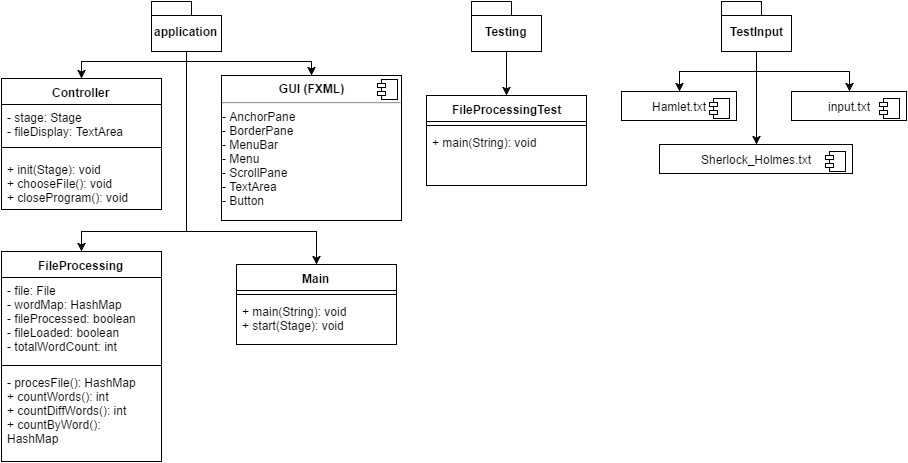
Earlier version of the draw.io export ProjectOneSDD.png (blaskowski94/WordCountGUI). Source tidied: cells renumbered, new cells last; positions are measured from the earlier drawing's top-left corner, leaving out a move shared by most shapes.
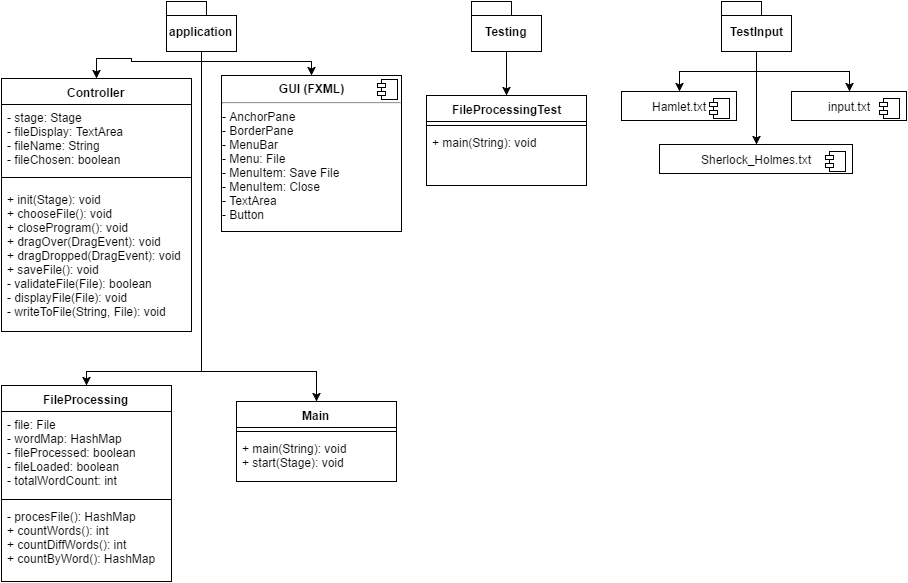
After the commit.

What changed in the source:
```diff
@@ -3,19 +3,19 @@
     <mxCell id="0" />
     <mxCell id="1" parent="0" />
     <mxCell id="2" value="FileProcessing&lt;div&gt;&lt;br&gt;&lt;/div&gt;" style="swimlane;html=1;fontStyle=1;align=center;verticalAlign=top;horizontal=1;startSize=26;swimlaneFillColor=#ffffff;" parent="1" vertex="1">
-      <mxGeometry y="250" width="160" height="210" as="geometry" />
+      <mxGeometry y="384" width="170" height="196" as="geometry" />
     </mxCell>
     <mxCell id="3" value="- file: File&lt;div&gt;- wordMap: HashMap&lt;/div&gt;&lt;div&gt;- fileProcessed: boolean&lt;/div&gt;&lt;div&gt;- fileLoaded: boolean&lt;/div&gt;&lt;div&gt;- totalWordCount: int&lt;/div&gt;&lt;div&gt;&lt;br&gt;&lt;/div&gt;" style="text;html=1;strokeColor=none;fillColor=none;align=left;verticalAlign=top;spacingLeft=4;spacingRight=4;whiteSpace=wrap;overflow=hidden;" parent="2" vertex="1">
-      <mxGeometry y="26" width="160" height="84" as="geometry" />
+      <mxGeometry y="26" width="170" height="84" as="geometry" />
     </mxCell>
     <mxCell id="4" style="line;html=1;strokeWidth=1;fillColor=none;align=left;verticalAlign=middle;spacingTop=-1;spacingLeft=3;spacingRight=3;labelPosition=right;" parent="2" vertex="1">
-      <mxGeometry y="110" width="160" height="8" as="geometry" />
+      <mxGeometry y="110" width="170" height="8" as="geometry" />
     </mxCell>
     <mxCell id="5" value="&lt;div&gt;- procesFile(): HashMap&lt;/div&gt;+ countWords(): int&lt;div&gt;+ countDiffWords(): int&lt;/div&gt;&lt;div&gt;+ countByWord(): HashMap&lt;/div&gt;" style="text;html=1;strokeColor=none;fillColor=none;align=left;verticalAlign=top;spacingLeft=4;spacingRight=4;whiteSpace=wrap;overflow=hidden;" parent="2" vertex="1">
-      <mxGeometry y="118" width="160" height="82" as="geometry" />
+      <mxGeometry y="118" width="170" height="72" as="geometry" />
     </mxCell>
     <mxCell id="6" value="Main" style="swimlane;html=1;fontStyle=1;align=center;verticalAlign=top;horizontal=1;startSize=26;swimlaneFillColor=#ffffff;" parent="1" vertex="1">
-      <mxGeometry x="235" y="263" width="160" height="80" as="geometry" />
+      <mxGeometry x="235" y="400" width="160" height="80" as="geometry" />
     </mxCell>
     <mxCell id="7" style="line;html=1;strokeWidth=1;fillColor=none;align=left;verticalAlign=middle;spacingTop=-1;spacingLeft=3;spacingRight=3;labelPosition=right;" parent="6" vertex="1">
       <mxGeometry y="26" width="160" height="8" as="geometry" />
@@ -32,52 +32,55 @@
     <mxCell id="11" value="+ main(String): void" style="text;html=1;strokeColor=none;fillColor=none;align=left;verticalAlign=top;spacingLeft=4;spacingRight=4;whiteSpace=wrap;overflow=hidden;" parent="9" vertex="1">
       <mxGeometry y="34" width="160" height="26" as="geometry" />
     </mxCell>
-    <mxCell id="12" style="edgeStyle=orthogonalEdgeStyle;rounded=0;html=1;exitX=0.5;exitY=1;entryX=0.5;entryY=0;startArrow=none;startFill=0;endArrow=classic;endFill=1;jettySize=auto;" parent="1" edge="1" source="16" target="17">
-      <mxGeometry relative="1" as="geometry">
-        <Array as="points">
-          <mxPoint x="185" y="60" />
-          <mxPoint x="80" y="60" />
-        </Array>
-      </mxGeometry>
-    </mxCell>
     <mxCell id="13" style="edgeStyle=orthogonalEdgeStyle;rounded=0;html=1;exitX=0.5;exitY=1;entryX=0.5;entryY=0;startArrow=none;startFill=0;endArrow=classic;endFill=1;jettySize=auto;" parent="1" edge="1" source="16" target="2">
       <mxGeometry relative="1" as="geometry">
         <Array as="points">
-          <mxPoint x="185" y="230" />
-          <mxPoint x="80" y="230" />
+          <mxPoint x="200" y="50" />
+          <mxPoint x="200" y="370" />
+          <mxPoint x="80" y="370" />
         </Array>
       </mxGeometry>
     </mxCell>
     <mxCell id="14" style="edgeStyle=orthogonalEdgeStyle;rounded=0;html=1;exitX=0.5;exitY=1;entryX=0.5;entryY=0;startArrow=none;startFill=0;endArrow=classic;endFill=1;jettySize=auto;" parent="1" edge="1" source="16" target="6">
       <mxGeometry relative="1" as="geometry">
         <Array as="points">
-          <mxPoint x="185" y="230" />
-          <mxPoint x="315" y="230" />
+          <mxPoint x="200" y="370" />
+          <mxPoint x="315" y="370" />
         </Array>
       </mxGeometry>
     </mxCell>
+    <mxCell id="12" style="edgeStyle=orthogonalEdgeStyle;rounded=0;html=1;exitX=0.5;exitY=1;entryX=0.5;entryY=0;startArrow=none;startFill=0;endArrow=classic;endFill=1;jettySize=auto;" parent="1" edge="1" source="16" target="17">
+      <mxGeometry relative="1" as="geometry">
+        <Array as="points">
+          <mxPoint x="200" y="60" />
+          <mxPoint x="130" y="60" />
+          <mxPoint x="130" y="57" />
+          <mxPoint x="95" y="57" />
+        </Array>
+      </mxGeometry>
+    </mxCell>
     <mxCell id="15" style="edgeStyle=orthogonalEdgeStyle;rounded=0;html=1;exitX=0.5;exitY=1;entryX=0.5;entryY=0;startArrow=none;startFill=0;endArrow=classic;endFill=1;jettySize=auto;" parent="1" edge="1" source="16" target="27">
       <mxGeometry relative="1" as="geometry">
         <Array as="points">
-          <mxPoint x="185" y="60" />
+          <mxPoint x="200" y="60" />
           <mxPoint x="310" y="60" />
         </Array>
       </mxGeometry>
     </mxCell>
     <mxCell id="16" value="application" style="shape=folder;fontStyle=1;spacingTop=10;tabWidth=40;tabHeight=14;tabPosition=left;html=1;" parent="1" vertex="1">
-      <mxGeometry x="150" width="70" height="50" as="geometry" />
+      <mxGeometry x="165" width="70" height="50" as="geometry" />
     </mxCell>
     <mxCell id="17" value="Controller" style="swimlane;html=1;fontStyle=1;align=center;verticalAlign=top;horizontal=1;startSize=26;swimlaneFillColor=#ffffff;" parent="1" vertex="1">
-      <mxGeometry y="77" width="160" height="131" as="geometry" />
+      <mxGeometry y="77" width="190" height="253" as="geometry" />
     </mxCell>
-    <mxCell id="18" value="- stage: Stage&lt;div&gt;- fileDisplay: TextArea&lt;/div&gt;" style="text;html=1;strokeColor=none;fillColor=none;align=left;verticalAlign=top;spacingLeft=4;spacingRight=4;whiteSpace=wrap;overflow=hidden;" parent="17" vertex="1">
-      <mxGeometry y="26" width="160" height="34" as="geometry" />
+    <mxCell id="18" value="- stage: Stage&lt;div&gt;- fileDisplay: TextArea&lt;/div&gt;&lt;div&gt;- fileName: String&lt;/div&gt;&lt;div&gt;- fileChosen: boolean&lt;/div&gt;" style="text;html=1;strokeColor=none;fillColor=none;align=left;verticalAlign=top;spacingLeft=4;spacingRight=4;whiteSpace=wrap;overflow=hidden;" parent="17" vertex="1">
+      <mxGeometry y="26" width="190" height="64" as="geometry" />
     </mxCell>
     <mxCell id="19" style="line;html=1;strokeWidth=1;fillColor=none;align=left;verticalAlign=middle;spacingTop=-1;spacingLeft=3;spacingRight=3;labelPosition=right;" parent="17" vertex="1">
-      <mxGeometry y="60" width="160" height="18" as="geometry" />
+      <mxGeometry y="90" width="190" height="18" as="geometry" />
     </mxCell>
-    <mxCell id="20" value="+ init(Stage): void&lt;div&gt;+ chooseFile(): void&lt;/div&gt;&lt;div&gt;+ closeProgram(): void&lt;/div&gt;" style="text;html=1;strokeColor=none;fillColor=none;align=left;verticalAlign=top;spacingLeft=4;spacingRight=4;whiteSpace=wrap;overflow=hidden;" parent="17" vertex="1">
-      <mxGeometry y="78" width="160" height="52" as="geometry" />
+    <mxCell id="20" value="+ init(Stage): void&lt;div&gt;+ chooseFile(): void&lt;/div&gt;&lt;div&gt;+ closeProgram(): void&lt;/div&gt;&lt;div&gt;+ dragOver(DragEvent): void&lt;/div&gt;&lt;div&gt;+ dragDropped(DragEvent): void&lt;/div&gt;&lt;div&gt;+ saveFile(): void&lt;/div&gt;&lt;div&gt;- validateFile(File): boolean&lt;/div&gt;&lt;div&gt;- displayFile(File): void&lt;/div&gt;&lt;div&gt;- writeToFile(String, File): void&lt;/div&gt;" style="text;html=1;strokeColor=none;fillColor=none;align=left;verticalAlign=top;spacingLeft=4;spacingRight=4;whiteSpace=wrap;overflow=hidden;" parent="17" vertex="1">
+      <mxGeometry y="108" width="190" height="142" as="geometry" />
     </mxCell>
     <mxCell id="21" style="edgeStyle=orthogonalEdgeStyle;rounded=0;html=1;exitX=0.5;exitY=1;entryX=0.5;entryY=0;startArrow=none;startFill=0;endArrow=classic;endFill=1;jettySize=auto;" parent="1" edge="1" source="22" target="9">
       <mxGeometry relative="1" as="geometry" />
@@ -97,8 +100,8 @@
     <mxCell id="26" value="TestInput" style="shape=folder;fontStyle=1;spacingTop=10;tabWidth=40;tabHeight=14;tabPosition=left;html=1;" parent="1" vertex="1">
       <mxGeometry x="720" width="70" height="50" as="geometry" />
     </mxCell>
-    <mxCell id="27" value="&lt;p style=&quot;margin: 0px ; margin-top: 6px ; text-align: center&quot;&gt;&lt;b&gt;GUI (FXML)&lt;/b&gt;&lt;/p&gt;&lt;hr&gt;&lt;div&gt;- AnchorPane&lt;/div&gt;&lt;div&gt;- BorderPane&lt;/div&gt;&lt;div&gt;- MenuBar&lt;/div&gt;&lt;div&gt;- Menu&lt;/div&gt;&lt;div&gt;- ScrollPane&lt;/div&gt;&lt;div&gt;- TextArea&lt;/div&gt;&lt;div&gt;- Button&lt;/div&gt;" style="align=left;overflow=fill;html=1;" parent="1" vertex="1">
-      <mxGeometry x="220" y="74" width="180" height="145" as="geometry" />
+    <mxCell id="27" value="&lt;p style=&quot;margin: 0px ; margin-top: 6px ; text-align: center&quot;&gt;&lt;b&gt;GUI (FXML)&lt;/b&gt;&lt;/p&gt;&lt;hr&gt;&lt;div&gt;- AnchorPane&lt;/div&gt;&lt;div&gt;- BorderPane&lt;/div&gt;&lt;div&gt;- MenuBar&lt;/div&gt;&lt;div&gt;- Menu: File&lt;/div&gt;&lt;div&gt;- MenuItem: Save File&lt;/div&gt;&lt;div&gt;- MenuItem: Close&lt;/div&gt;&lt;div&gt;- TextArea&lt;/div&gt;&lt;div&gt;- Button&lt;/div&gt;" style="align=left;overflow=fill;html=1;" parent="1" vertex="1">
+      <mxGeometry x="220" y="74" width="180" height="156" as="geometry" />
     </mxCell>
     <mxCell id="28" style="shape=component;jettyWidth=8;jettyHeight=4;" parent="27" vertex="1">
       <mxGeometry x="1" width="20" height="20" relative="1" as="geometry">
```
